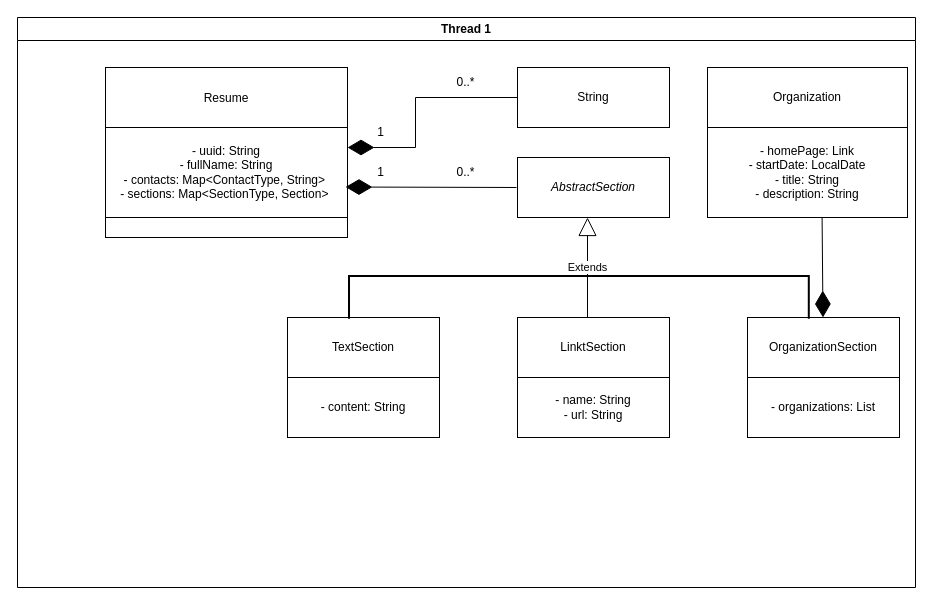
This is umlResume.drawio from Ilya547/resume_database, a draw.io file, before an edit. Source tidied: cells renumbered, new cells numbered last; positions are measured from the earlier drawing's top-left corner, leaving out a move shared by most shapes. Both pictures are drawn from the tidied source at 100%, with x=0, y=0 at pixel (17, 17).
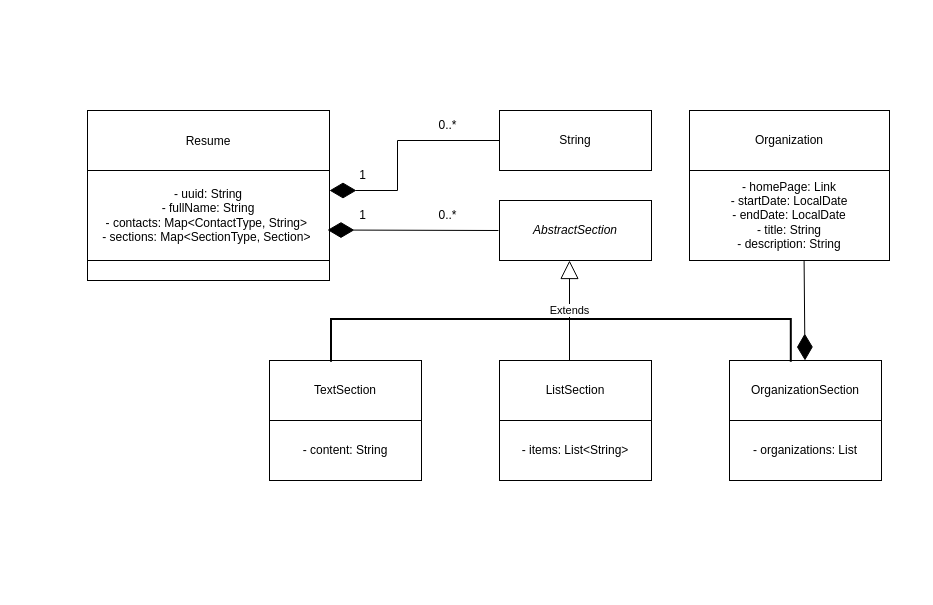
Above is the later version.

What changed in the source:
```diff
@@
-    <mxCell id="2" value="Thread 1" style="swimlane;whiteSpace=wrap;" parent="1" vertex="1">
-      <mxGeometry width="898" height="570" as="geometry" />
-    </mxCell>
-    <mxCell id="3" value="Resume" parent="2" vertex="1">
-      <mxGeometry x="88" y="50" width="242" height="60" as="geometry" />
+    <mxCell id="3" value="Resume" parent="1" vertex="1">
+      <mxGeometry x="70" y="93" width="242" height="60" as="geometry" />
     </mxCell>
-    <mxCell id="4" value="- uuid: String&lt;br&gt;- fullName: String&lt;br&gt;&lt;span style=&quot;background-color: initial;&quot;&gt;- contacts:&amp;nbsp;&lt;/span&gt;Map&amp;lt;ContactType, String&amp;gt;&amp;nbsp;&lt;span style=&quot;background-color: initial;&quot;&gt;&lt;br&gt;&lt;/span&gt;&lt;span style=&quot;background-color: initial;&quot;&gt;- sections:&amp;nbsp;&lt;/span&gt;Map&amp;lt;SectionType, Section&amp;gt;&amp;nbsp;&lt;span style=&quot;background-color: initial;&quot;&gt;&lt;br&gt;&lt;/span&gt;" style="rounded=0;whiteSpace=wrap;html=1;fontStyle=0;startSize=23;" parent="2" vertex="1">
-      <mxGeometry x="88" y="110" width="242" height="90" as="geometry" />
+    <mxCell id="4" value="- uuid: String&lt;br&gt;- fullName: String&lt;br&gt;&lt;span style=&quot;background-color: initial;&quot;&gt;- contacts:&amp;nbsp;&lt;/span&gt;Map&amp;lt;ContactType, String&amp;gt;&amp;nbsp;&lt;span style=&quot;background-color: initial;&quot;&gt;&lt;br&gt;&lt;/span&gt;&lt;span style=&quot;background-color: initial;&quot;&gt;- sections:&amp;nbsp;&lt;/span&gt;Map&amp;lt;SectionType, Section&amp;gt;&amp;nbsp;&lt;span style=&quot;background-color: initial;&quot;&gt;&lt;br&gt;&lt;/span&gt;" style="rounded=0;whiteSpace=wrap;html=1;fontStyle=0;startSize=23;" parent="1" vertex="1">
+      <mxGeometry x="70" y="153" width="242" height="90" as="geometry" />
     </mxCell>
-    <mxCell id="5" style="endArrow=diamondThin;endFill=1;endSize=24;html=1;rounded=0;" parent="2" edge="1">
-      <mxGeometry relative="1" as="geometry">
-        <mxPoint x="398" y="130" as="sourcePoint" />
-        <mxPoint x="330" y="130" as="targetPoint" />
-      </mxGeometry>
-    </mxCell>
-    <mxCell id="6" style="endArrow=diamondThin;endFill=1;endSize=24;html=1;rounded=0;exitX=-0.007;exitY=0.5;exitDx=0;exitDy=0;exitPerimeter=0;" parent="2" edge="1" source="9">
-      <mxGeometry relative="1" as="geometry">
-        <mxPoint x="328" y="169.5" as="targetPoint" />
-      </mxGeometry>
-    </mxCell>
-    <mxCell id="7" style="rounded=0;whiteSpace=wrap;html=1;" parent="2" vertex="1">
-      <mxGeometry x="88" y="200" width="242" height="20" as="geometry" />
-    </mxCell>
+    <mxCell id="27" style="endArrow=diamondThin;endFill=1;endSize=24;html=1;rounded=0;" parent="1" edge="1">
+      <mxGeometry relative="1" as="geometry">
+        <mxPoint x="380" y="173" as="sourcePoint" />
+        <mxPoint x="312" y="173" as="targetPoint" />
+      </mxGeometry>
+    </mxCell>
+    <mxCell id="28" style="endArrow=diamondThin;endFill=1;endSize=24;html=1;rounded=0;exitX=-0.007;exitY=0.5;exitDx=0;exitDy=0;exitPerimeter=0;" parent="1" edge="1" source="9">
+      <mxGeometry relative="1" as="geometry">
+        <mxPoint x="310" y="212.5" as="targetPoint" />
+      </mxGeometry>
+    </mxCell>
+    <mxCell id="29" style="rounded=0;whiteSpace=wrap;html=1;" parent="1" vertex="1">
+      <mxGeometry x="70" y="243" width="242" height="20" as="geometry" />
+    </mxCell>
-    <mxCell id="8" value="String" style="rounded=0;whiteSpace=wrap;html=1;" parent="2" vertex="1">
-      <mxGeometry x="500" y="50" width="152" height="60" as="geometry" />
+    <mxCell id="8" value="String" style="rounded=0;whiteSpace=wrap;html=1;" parent="1" vertex="1">
+      <mxGeometry x="482" y="93" width="152" height="60" as="geometry" />
     </mxCell>
-    <mxCell id="9" value="AbstractSection" style="rounded=0;whiteSpace=wrap;html=1;fontStyle=2;" parent="2" vertex="1">
-      <mxGeometry x="500" y="140" width="152" height="60" as="geometry" />
+    <mxCell id="9" value="AbstractSection" style="rounded=0;whiteSpace=wrap;html=1;fontStyle=2;" parent="1" vertex="1">
+      <mxGeometry x="482" y="183" width="152" height="60" as="geometry" />
     </mxCell>
-    <mxCell id="10" style="endArrow=none;html=1;rounded=0;entryX=0;entryY=0.5;entryDx=0;entryDy=0;" parent="2" edge="1" target="8">
-      <mxGeometry relative="1" as="geometry">
-        <mxPoint x="398" y="80" as="sourcePoint" />
-      </mxGeometry>
-    </mxCell>
-    <mxCell id="11" style="endArrow=none;html=1;rounded=0;" parent="2" edge="1">
-      <mxGeometry relative="1" as="geometry">
-        <mxPoint x="398" y="80" as="sourcePoint" />
-        <mxPoint x="398" y="130" as="targetPoint" />
-      </mxGeometry>
-    </mxCell>
-    <mxCell id="12" value="1" style="text;html=1;align=center;verticalAlign=middle;strokeColor=none;fillColor=none;" parent="2" vertex="1">
-      <mxGeometry x="348" y="140" width="30" height="30" as="geometry" />
-    </mxCell>
-    <mxCell id="13" value="1" style="text;html=1;align=center;verticalAlign=middle;strokeColor=none;fillColor=none;" parent="2" vertex="1">
-      <mxGeometry x="348" y="100" width="30" height="30" as="geometry" />
-    </mxCell>
-    <mxCell id="14" value="0..*" style="text;html=1;align=center;verticalAlign=middle;strokeColor=none;fillColor=none;" parent="2" vertex="1">
-      <mxGeometry x="428" y="140" width="40" height="30" as="geometry" />
-    </mxCell>
-    <mxCell id="15" value="0..*" style="text;html=1;align=center;verticalAlign=middle;strokeColor=none;fillColor=none;" parent="2" vertex="1">
-      <mxGeometry x="428" y="50" width="40" height="30" as="geometry" />
-    </mxCell>
+    <mxCell id="30" style="endArrow=none;html=1;rounded=0;entryX=0;entryY=0.5;entryDx=0;entryDy=0;" parent="1" edge="1" target="8">
+      <mxGeometry relative="1" as="geometry">
+        <mxPoint x="380" y="123" as="sourcePoint" />
+      </mxGeometry>
+    </mxCell>
+    <mxCell id="31" style="endArrow=none;html=1;rounded=0;" parent="1" edge="1">
+      <mxGeometry relative="1" as="geometry">
+        <mxPoint x="380" y="123" as="sourcePoint" />
+        <mxPoint x="380" y="173" as="targetPoint" />
+      </mxGeometry>
+    </mxCell>
+    <mxCell id="32" value="1" style="text;html=1;align=center;verticalAlign=middle;strokeColor=none;fillColor=none;" parent="1" vertex="1">
+      <mxGeometry x="330" y="183" width="30" height="30" as="geometry" />
+    </mxCell>
+    <mxCell id="33" value="1" style="text;html=1;align=center;verticalAlign=middle;strokeColor=none;fillColor=none;" parent="1" vertex="1">
+      <mxGeometry x="330" y="143" width="30" height="30" as="geometry" />
+    </mxCell>
+    <mxCell id="34" value="0..*" style="text;html=1;align=center;verticalAlign=middle;strokeColor=none;fillColor=none;" parent="1" vertex="1">
+      <mxGeometry x="410" y="183" width="40" height="30" as="geometry" />
+    </mxCell>
+    <mxCell id="35" value="0..*" style="text;html=1;align=center;verticalAlign=middle;strokeColor=none;fillColor=none;" parent="1" vertex="1">
+      <mxGeometry x="410" y="93" width="40" height="30" as="geometry" />
+    </mxCell>
-    <mxCell id="16" value="TextSection" style="rounded=0;whiteSpace=wrap;html=1;" parent="2" vertex="1">
-      <mxGeometry x="270" y="300" width="152" height="60" as="geometry" />
+    <mxCell id="16" value="TextSection" style="rounded=0;whiteSpace=wrap;html=1;" parent="1" vertex="1">
+      <mxGeometry x="252" y="343" width="152" height="60" as="geometry" />
     </mxCell>
-    <mxCell id="17" value="OrganizationSection" style="rounded=0;whiteSpace=wrap;html=1;" parent="2" vertex="1">
-      <mxGeometry x="730" y="300" width="152" height="60" as="geometry" />
+    <mxCell id="17" value="OrganizationSection" style="rounded=0;whiteSpace=wrap;html=1;" parent="1" vertex="1">
+      <mxGeometry x="712" y="343" width="152" height="60" as="geometry" />
     </mxCell>
-    <mxCell id="18" value="LinktSection" style="rounded=0;whiteSpace=wrap;html=1;" parent="2" vertex="1">
-      <mxGeometry x="500" y="300" width="152" height="60" as="geometry" />
-    </mxCell>
-    <mxCell id="19" style="strokeWidth=2;html=1;shape=mxgraph.flowchart.annotation_1;align=left;rotation=90;" parent="2" vertex="1">
-      <mxGeometry x="540" y="50" width="42.8" height="459.8" as="geometry" />
-    </mxCell>
+    <mxCell id="36" value="ListSection" style="rounded=0;whiteSpace=wrap;html=1;" parent="1" vertex="1">
+      <mxGeometry x="482" y="343" width="152" height="60" as="geometry" />
+    </mxCell>
+    <mxCell id="37" style="strokeWidth=2;html=1;shape=mxgraph.flowchart.annotation_1;align=left;rotation=90;" parent="1" vertex="1">
+      <mxGeometry x="522" y="93" width="42.8" height="459.8" as="geometry" />
+    </mxCell>
-    <mxCell id="20" value="Extends" style="endArrow=block;endSize=16;endFill=0;html=1;rounded=0;" parent="2" edge="1">
+    <mxCell id="20" value="Extends" style="endArrow=block;endSize=16;endFill=0;html=1;rounded=0;" parent="1" edge="1">
       <mxGeometry relative="1" as="geometry">
-        <mxPoint x="570" y="300" as="sourcePoint" />
-        <mxPoint x="570" y="200" as="targetPoint" />
+        <mxPoint x="552" y="343" as="sourcePoint" />
+        <mxPoint x="552" y="243" as="targetPoint" />
       </mxGeometry>
     </mxCell>
-    <mxCell id="21" value="- content: String" style="rounded=0;whiteSpace=wrap;html=1;" parent="2" vertex="1">
-      <mxGeometry x="270" y="360" width="152" height="60" as="geometry" />
+    <mxCell id="21" value="- content: String" style="rounded=0;whiteSpace=wrap;html=1;" parent="1" vertex="1">
+      <mxGeometry x="252" y="403" width="152" height="60" as="geometry" />
     </mxCell>
-    <mxCell id="22" value="- organizations: List" style="rounded=0;whiteSpace=wrap;html=1;" parent="2" vertex="1">
-      <mxGeometry x="730" y="360" width="152" height="60" as="geometry" />
+    <mxCell id="22" value="- organizations: List" style="rounded=0;whiteSpace=wrap;html=1;" parent="1" vertex="1">
+      <mxGeometry x="712" y="403" width="152" height="60" as="geometry" />
     </mxCell>
-    <mxCell id="23" value="- name: String&lt;br&gt;- url: String" style="rounded=0;whiteSpace=wrap;html=1;" parent="2" vertex="1">
-      <mxGeometry x="500" y="360" width="152" height="60" as="geometry" />
-    </mxCell>
-    <mxCell id="24" style="endArrow=diamondThin;endFill=1;endSize=24;html=1;rounded=0;exitX=0.573;exitY=1.006;exitDx=0;exitDy=0;exitPerimeter=0;" parent="2" edge="1" source="26">
-      <mxGeometry relative="1" as="geometry">
-        <mxPoint x="805.5" y="300" as="targetPoint" />
-      </mxGeometry>
-    </mxCell>
+    <mxCell id="38" value="- items: List&amp;lt;String&amp;gt;" style="rounded=0;whiteSpace=wrap;html=1;" parent="1" vertex="1">
+      <mxGeometry x="482" y="403" width="152" height="60" as="geometry" />
+    </mxCell>
+    <mxCell id="39" style="endArrow=diamondThin;endFill=1;endSize=24;html=1;rounded=0;exitX=0.573;exitY=1.006;exitDx=0;exitDy=0;exitPerimeter=0;" parent="1" edge="1" source="40">
+      <mxGeometry relative="1" as="geometry">
+        <mxPoint x="787.5" y="343" as="targetPoint" />
+      </mxGeometry>
+    </mxCell>
-    <mxCell id="25" value="Organization" style="rounded=0;whiteSpace=wrap;html=1;" parent="2" vertex="1">
-      <mxGeometry x="690" y="50" width="200" height="60" as="geometry" />
+    <mxCell id="25" value="Organization" style="rounded=0;whiteSpace=wrap;html=1;" parent="1" vertex="1">
+      <mxGeometry x="672" y="93" width="200" height="60" as="geometry" />
     </mxCell>
-    <mxCell id="26" value="- homePage: Link&lt;br&gt;- startDate: LocalDate&lt;br&gt;- title: String&lt;br&gt;- description: String" style="rounded=0;whiteSpace=wrap;html=1;" parent="2" vertex="1">
-      <mxGeometry x="690" y="110" width="200" height="90" as="geometry" />
-    </mxCell>
+    <mxCell id="40" value="- homePage: Link&lt;br&gt;- startDate: LocalDate&lt;br&gt;- endDate: LocalDate&lt;br&gt;- title: String&lt;br&gt;- description: String" style="rounded=0;whiteSpace=wrap;html=1;" parent="1" vertex="1">
+      <mxGeometry x="672" y="153" width="200" height="90" as="geometry" />
+    </mxCell>
```
